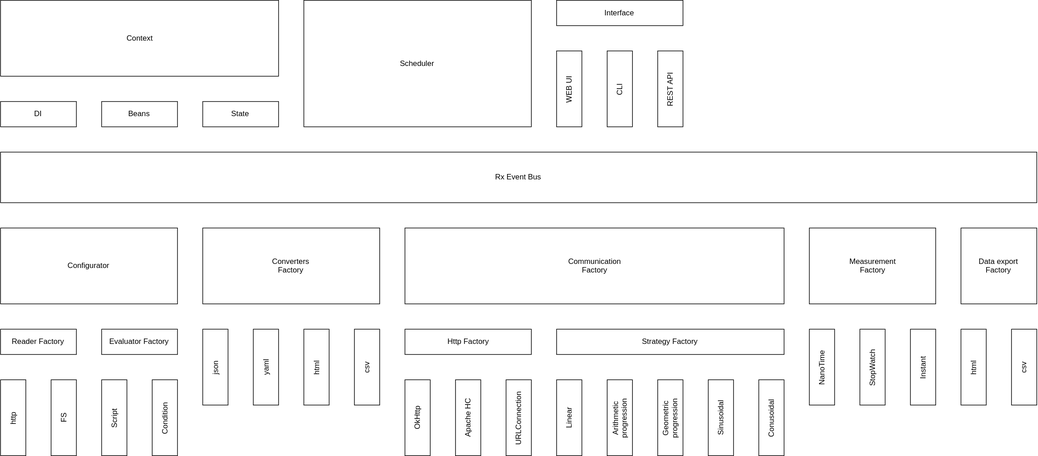
The draw.io diagram architecture.svg in gleb619/lt4j, before a commit. Source tidied: cells renumbered, new cells last; positions are measured from the earlier drawing's top-left corner, leaving out a move shared by most shapes.
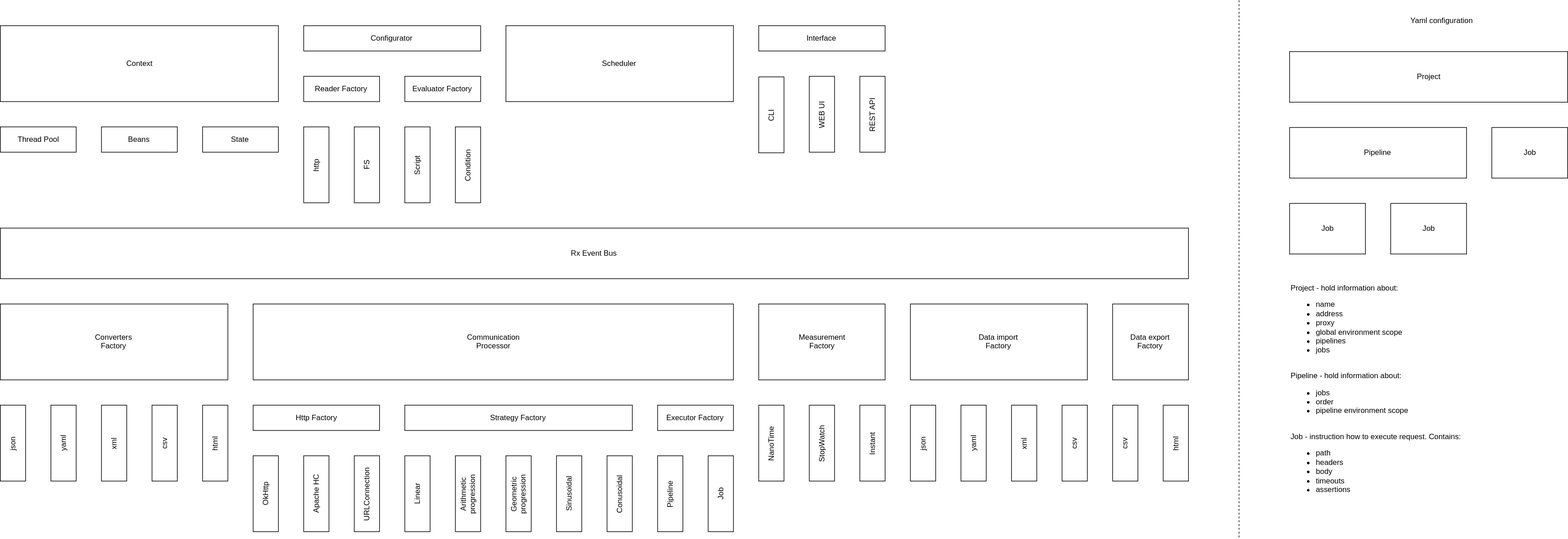
After the change.

What changed in the source:
```diff
@@ -6,45 +6,45 @@
       <mxGeometry x="40" width="440" height="120" as="geometry" />
     </mxCell>
     <mxCell id="3" value="Converters &lt;br&gt;Factory" style="rounded=0;whiteSpace=wrap;html=1;" parent="1" vertex="1">
-      <mxGeometry x="360" y="360" width="280" height="120" as="geometry" />
+      <mxGeometry x="40" y="440" width="360" height="120" as="geometry" />
     </mxCell>
     <mxCell id="4" value="json" style="rounded=0;whiteSpace=wrap;html=1;rotation=-90;" parent="1" vertex="1">
-      <mxGeometry x="320" y="560" width="120" height="40" as="geometry" />
+      <mxGeometry y="640" width="120" height="40" as="geometry" />
     </mxCell>
     <mxCell id="5" value="yaml" style="rounded=0;whiteSpace=wrap;html=1;rotation=-90;" parent="1" vertex="1">
-      <mxGeometry x="400" y="560" width="120" height="40" as="geometry" />
+      <mxGeometry x="80" y="640" width="120" height="40" as="geometry" />
     </mxCell>
-    <mxCell id="6" value="Communication&lt;br&gt;Factory" style="rounded=0;whiteSpace=wrap;html=1;" parent="1" vertex="1">
-      <mxGeometry x="680" y="360" width="600" height="120" as="geometry" />
+    <mxCell id="6" value="Communication&lt;br&gt;Processor" style="rounded=0;whiteSpace=wrap;html=1;" parent="1" vertex="1">
+      <mxGeometry x="440" y="440" width="760" height="120" as="geometry" />
     </mxCell>
     <mxCell id="7" value="Http Factory" style="rounded=0;whiteSpace=wrap;html=1;" parent="1" vertex="1">
-      <mxGeometry x="680" y="520" width="200" height="40" as="geometry" />
+      <mxGeometry x="440" y="600" width="200" height="40" as="geometry" />
     </mxCell>
     <mxCell id="8" value="OkHttp" style="rounded=0;whiteSpace=wrap;html=1;rotation=-90;" parent="1" vertex="1">
-      <mxGeometry x="640" y="640" width="120" height="40" as="geometry" />
+      <mxGeometry x="400" y="720" width="120" height="40" as="geometry" />
     </mxCell>
     <mxCell id="9" value="Apache HC" style="rounded=0;whiteSpace=wrap;html=1;rotation=-90;" parent="1" vertex="1">
-      <mxGeometry x="720" y="640" width="120" height="40" as="geometry" />
+      <mxGeometry x="480" y="720" width="120" height="40" as="geometry" />
     </mxCell>
     <mxCell id="10" value="URLConnection" style="rounded=0;whiteSpace=wrap;html=1;rotation=-90;" parent="1" vertex="1">
-      <mxGeometry x="800" y="640" width="120" height="40" as="geometry" />
+      <mxGeometry x="560" y="720" width="120" height="40" as="geometry" />
     </mxCell>
     <mxCell id="11" value="Rx Event Bus" style="rounded=0;whiteSpace=wrap;html=1;" parent="1" vertex="1">
-      <mxGeometry x="40" y="240" width="1640" height="80" as="geometry" />
+      <mxGeometry x="40" y="320" width="1880" height="80" as="geometry" />
     </mxCell>
     <mxCell id="12" value="Measurement&lt;br&gt;Factory" style="rounded=0;whiteSpace=wrap;html=1;" parent="1" vertex="1">
-      <mxGeometry x="1320" y="360" width="200" height="120" as="geometry" />
+      <mxGeometry x="1240" y="440" width="200" height="120" as="geometry" />
     </mxCell>
     <mxCell id="13" value="NanoTime" style="rounded=0;whiteSpace=wrap;html=1;rotation=-90;" parent="1" vertex="1">
-      <mxGeometry x="1280" y="560" width="120" height="40" as="geometry" />
+      <mxGeometry x="1200" y="640" width="120" height="40" as="geometry" />
     </mxCell>
     <mxCell id="14" value="StopWatch" style="rounded=0;whiteSpace=wrap;html=1;rotation=-90;" parent="1" vertex="1">
-      <mxGeometry x="1360" y="560" width="120" height="40" as="geometry" />
+      <mxGeometry x="1280" y="640" width="120" height="40" as="geometry" />
     </mxCell>
     <mxCell id="15" value="Instant" style="rounded=0;whiteSpace=wrap;html=1;rotation=-90;" parent="1" vertex="1">
-      <mxGeometry x="1440" y="560" width="120" height="40" as="geometry" />
+      <mxGeometry x="1360" y="640" width="120" height="40" as="geometry" />
     </mxCell>
-    <mxCell id="16" value="DI" style="rounded=0;whiteSpace=wrap;html=1;" parent="1" vertex="1">
+    <mxCell id="16" value="Thread Pool" style="rounded=0;whiteSpace=wrap;html=1;" parent="1" vertex="1">
       <mxGeometry x="40" y="160" width="120" height="40" as="geometry" />
     </mxCell>
     <mxCell id="17" value="Beans" style="rounded=0;whiteSpace=wrap;html=1;" parent="1" vertex="1">
@@ -54,73 +54,127 @@
       <mxGeometry x="360" y="160" width="120" height="40" as="geometry" />
     </mxCell>
     <mxCell id="19" value="Data export&lt;br&gt;Factory" style="rounded=0;whiteSpace=wrap;html=1;" parent="1" vertex="1">
-      <mxGeometry x="1560" y="360" width="120" height="120" as="geometry" />
+      <mxGeometry x="1800" y="440" width="120" height="120" as="geometry" />
     </mxCell>
     <mxCell id="20" value="html" style="rounded=0;whiteSpace=wrap;html=1;rotation=-90;" parent="1" vertex="1">
-      <mxGeometry x="1520" y="560" width="120" height="40" as="geometry" />
+      <mxGeometry x="1840" y="640" width="120" height="40" as="geometry" />
     </mxCell>
     <mxCell id="21" value="csv" style="rounded=0;whiteSpace=wrap;html=1;rotation=-90;" parent="1" vertex="1">
-      <mxGeometry x="1600" y="560" width="120" height="40" as="geometry" />
+      <mxGeometry x="1760" y="640" width="120" height="40" as="geometry" />
     </mxCell>
     <mxCell id="22" value="Scheduler" style="rounded=0;whiteSpace=wrap;html=1;" parent="1" vertex="1">
-      <mxGeometry x="520" width="360" height="200" as="geometry" />
+      <mxGeometry x="840" width="360" height="120" as="geometry" />
     </mxCell>
     <mxCell id="23" value="Configurator" style="rounded=0;whiteSpace=wrap;html=1;" parent="1" vertex="1">
-      <mxGeometry x="40" y="360" width="280" height="120" as="geometry" />
+      <mxGeometry x="520" width="280" height="40" as="geometry" />
     </mxCell>
     <mxCell id="24" value="Reader Factory" style="rounded=0;whiteSpace=wrap;html=1;rotation=0;" parent="1" vertex="1">
-      <mxGeometry x="40" y="520" width="120" height="40" as="geometry" />
+      <mxGeometry x="520" y="80" width="120" height="40" as="geometry" />
     </mxCell>
     <mxCell id="25" value="Evaluator Factory" style="rounded=0;whiteSpace=wrap;html=1;rotation=0;" parent="1" vertex="1">
-      <mxGeometry x="200" y="520" width="120" height="40" as="geometry" />
+      <mxGeometry x="680" y="80" width="120" height="40" as="geometry" />
     </mxCell>
     <mxCell id="26" value="http" style="rounded=0;whiteSpace=wrap;html=1;rotation=-90;" parent="1" vertex="1">
-      <mxGeometry y="640" width="120" height="40" as="geometry" />
+      <mxGeometry x="480" y="200" width="120" height="40" as="geometry" />
     </mxCell>
     <mxCell id="27" value="FS" style="rounded=0;whiteSpace=wrap;html=1;rotation=-90;" parent="1" vertex="1">
-      <mxGeometry x="80" y="640" width="120" height="40" as="geometry" />
+      <mxGeometry x="560" y="200" width="120" height="40" as="geometry" />
     </mxCell>
     <mxCell id="28" value="Script" style="rounded=0;whiteSpace=wrap;html=1;rotation=-90;" parent="1" vertex="1">
-      <mxGeometry x="160" y="640" width="120" height="40" as="geometry" />
+      <mxGeometry x="640" y="200" width="120" height="40" as="geometry" />
     </mxCell>
     <mxCell id="29" value="Condition" style="rounded=0;whiteSpace=wrap;html=1;rotation=-90;" parent="1" vertex="1">
-      <mxGeometry x="240" y="640" width="120" height="40" as="geometry" />
+      <mxGeometry x="720" y="200" width="120" height="40" as="geometry" />
     </mxCell>
     <mxCell id="30" value="html" style="rounded=0;whiteSpace=wrap;html=1;rotation=-90;" parent="1" vertex="1">
-      <mxGeometry x="480" y="560" width="120" height="40" as="geometry" />
+      <mxGeometry x="320" y="640" width="120" height="40" as="geometry" />
     </mxCell>
     <mxCell id="31" value="csv" style="rounded=0;whiteSpace=wrap;html=1;rotation=-90;" parent="1" vertex="1">
-      <mxGeometry x="560" y="560" width="120" height="40" as="geometry" />
+      <mxGeometry x="240" y="640" width="120" height="40" as="geometry" />
     </mxCell>
     <mxCell id="32" value="Interface" style="rounded=0;whiteSpace=wrap;html=1;" parent="1" vertex="1">
-      <mxGeometry x="920" width="200" height="40" as="geometry" />
+      <mxGeometry x="1240" width="200" height="40" as="geometry" />
     </mxCell>
     <mxCell id="33" value="WEB UI" style="rounded=0;whiteSpace=wrap;html=1;rotation=-90;" parent="1" vertex="1">
-      <mxGeometry x="880" y="120" width="120" height="40" as="geometry" />
+      <mxGeometry x="1280" y="120" width="120" height="40" as="geometry" />
     </mxCell>
     <mxCell id="34" value="CLI" style="rounded=0;whiteSpace=wrap;html=1;rotation=-90;" parent="1" vertex="1">
-      <mxGeometry x="960" y="120" width="120" height="40" as="geometry" />
+      <mxGeometry x="1200" y="121" width="120" height="40" as="geometry" />
     </mxCell>
     <mxCell id="35" value="REST API" style="rounded=0;whiteSpace=wrap;html=1;rotation=-90;" parent="1" vertex="1">
-      <mxGeometry x="1040" y="120" width="120" height="40" as="geometry" />
+      <mxGeometry x="1360" y="120" width="120" height="40" as="geometry" />
     </mxCell>
     <mxCell id="36" value="Strategy Factory" style="rounded=0;whiteSpace=wrap;html=1;" parent="1" vertex="1">
-      <mxGeometry x="920" y="520" width="360" height="40" as="geometry" />
+      <mxGeometry x="680" y="600" width="360" height="40" as="geometry" />
     </mxCell>
     <mxCell id="37" value="Linear" style="rounded=0;whiteSpace=wrap;html=1;rotation=-90;" parent="1" vertex="1">
-      <mxGeometry x="880" y="640" width="120" height="40" as="geometry" />
+      <mxGeometry x="640" y="720" width="120" height="40" as="geometry" />
     </mxCell>
     <mxCell id="38" value="Arithmetic progression" style="rounded=0;whiteSpace=wrap;html=1;rotation=-90;" parent="1" vertex="1">
-      <mxGeometry x="960" y="640" width="120" height="40" as="geometry" />
+      <mxGeometry x="720" y="720" width="120" height="40" as="geometry" />
     </mxCell>
     <mxCell id="39" value="Geometric progression" style="rounded=0;whiteSpace=wrap;html=1;rotation=-90;" parent="1" vertex="1">
-      <mxGeometry x="1040" y="640" width="120" height="40" as="geometry" />
+      <mxGeometry x="800" y="720" width="120" height="40" as="geometry" />
     </mxCell>
     <mxCell id="40" value="Sinusoidal" style="rounded=0;whiteSpace=wrap;html=1;rotation=-90;" parent="1" vertex="1">
-      <mxGeometry x="1120" y="640" width="120" height="40" as="geometry" />
+      <mxGeometry x="880" y="720" width="120" height="40" as="geometry" />
     </mxCell>
     <mxCell id="41" value="Conusoidal" style="rounded=0;whiteSpace=wrap;html=1;rotation=-90;" parent="1" vertex="1">
-      <mxGeometry x="1200" y="640" width="120" height="40" as="geometry" />
+      <mxGeometry x="960" y="720" width="120" height="40" as="geometry" />
     </mxCell>
+    <mxCell id="42" style="endArrow=none;dashed=1;html=1;" parent="1" edge="1">
+      <mxGeometry relative="1" as="geometry">
+        <mxPoint x="2000" y="809" as="sourcePoint" />
+        <mxPoint x="2000" y="-40" as="targetPoint" />
+      </mxGeometry>
+    </mxCell>
+    <mxCell id="43" value="Project" style="rounded=0;whiteSpace=wrap;html=1;" parent="1" vertex="1">
+      <mxGeometry x="2080" y="41" width="440" height="80" as="geometry" />
+    </mxCell>
+    <mxCell id="44" value="Pipeline" style="rounded=0;whiteSpace=wrap;html=1;" parent="1" vertex="1">
+      <mxGeometry x="2080" y="161" width="280" height="80" as="geometry" />
+    </mxCell>
+    <mxCell id="45" value="Job" style="rounded=0;whiteSpace=wrap;html=1;" parent="1" vertex="1">
+      <mxGeometry x="2080" y="281" width="120" height="80" as="geometry" />
+    </mxCell>
+    <mxCell id="46" value="Job" style="rounded=0;whiteSpace=wrap;html=1;" parent="1" vertex="1">
+      <mxGeometry x="2400" y="161" width="120" height="80" as="geometry" />
+    </mxCell>
+    <mxCell id="47" value="Yaml configuration" style="text;html=1;strokeColor=none;fillColor=none;align=center;verticalAlign=middle;whiteSpace=wrap;rounded=0;" parent="1" vertex="1">
+      <mxGeometry x="2200" y="-19" width="240" height="20" as="geometry" />
+    </mxCell>
+    <mxCell id="48" value="Job" style="rounded=0;whiteSpace=wrap;html=1;" parent="1" vertex="1">
+      <mxGeometry x="2240" y="281" width="120" height="80" as="geometry" />
+    </mxCell>
+    <mxCell id="49" value="Project - hold information about:&lt;br&gt;&lt;ul&gt;&lt;li&gt;name&lt;br&gt;&lt;/li&gt;&lt;li&gt;address&lt;br&gt;&lt;/li&gt;&lt;li&gt;proxy&lt;br&gt;&lt;/li&gt;&lt;li&gt;global environment scope&lt;br&gt;&lt;/li&gt;&lt;li&gt;pipelines&lt;br&gt;&lt;/li&gt;&lt;li&gt;jobs&lt;br&gt;&lt;/li&gt;&lt;/ul&gt;&lt;br&gt;Pipeline - hold information about:&lt;br&gt;&lt;ul&gt;&lt;li&gt;jobs&lt;br&gt;&lt;/li&gt;&lt;li&gt;order&lt;br&gt;&lt;/li&gt;&lt;li&gt;pipeline environment scope&lt;br&gt;&lt;/li&gt;&lt;/ul&gt;&lt;br&gt;Job - instruction how to execute request. Contains:&lt;br&gt;&lt;ul&gt;&lt;li&gt;path&lt;br&gt;&lt;/li&gt;&lt;li&gt;headers&lt;br&gt;&lt;/li&gt;&lt;li&gt;body&lt;br&gt;&lt;/li&gt;&lt;li&gt;timeouts&lt;br&gt;&lt;/li&gt;&lt;li&gt;assertions&lt;br&gt;&lt;/li&gt;&lt;/ul&gt;" style="text;html=1;strokeColor=none;fillColor=none;align=left;verticalAlign=top;whiteSpace=wrap;rounded=0;" parent="1" vertex="1">
+      <mxGeometry x="2080" y="401" width="320" height="360" as="geometry" />
+    </mxCell>
+    <mxCell id="50" value="Data import&lt;br&gt;Factory" style="rounded=0;whiteSpace=wrap;html=1;" parent="1" vertex="1">
+      <mxGeometry x="1480" y="440" width="280" height="120" as="geometry" />
+    </mxCell>
+    <mxCell id="51" value="csv" style="rounded=0;whiteSpace=wrap;html=1;rotation=-90;" parent="1" vertex="1">
+      <mxGeometry x="1680" y="640" width="120" height="40" as="geometry" />
+    </mxCell>
+    <mxCell id="52" value="json" style="rounded=0;whiteSpace=wrap;html=1;rotation=-90;" parent="1" vertex="1">
+      <mxGeometry x="1440" y="640" width="120" height="40" as="geometry" />
+    </mxCell>
+    <mxCell id="53" value="xml" style="rounded=0;whiteSpace=wrap;html=1;rotation=-90;" parent="1" vertex="1">
+      <mxGeometry x="1600" y="640" width="120" height="40" as="geometry" />
+    </mxCell>
+    <mxCell id="54" value="yaml" style="rounded=0;whiteSpace=wrap;html=1;rotation=-90;" parent="1" vertex="1">
+      <mxGeometry x="1520" y="640" width="120" height="40" as="geometry" />
+    </mxCell>
+    <mxCell id="55" value="xml" style="rounded=0;whiteSpace=wrap;html=1;rotation=-90;" parent="1" vertex="1">
+      <mxGeometry x="160" y="640" width="120" height="40" as="geometry" />
+    </mxCell>
+    <mxCell id="56" value="Executor Factory" style="rounded=0;whiteSpace=wrap;html=1;" parent="1" vertex="1">
+      <mxGeometry x="1080" y="600" width="120" height="40" as="geometry" />
+    </mxCell>
+    <mxCell id="57" value="Pipeline" style="rounded=0;whiteSpace=wrap;html=1;rotation=-90;" parent="1" vertex="1">
+      <mxGeometry x="1040" y="720" width="120" height="40" as="geometry" />
+    </mxCell>
+    <mxCell id="58" value="Job" style="rounded=0;whiteSpace=wrap;html=1;rotation=-90;" parent="1" vertex="1">
+      <mxGeometry x="1120" y="720" width="120" height="40" as="geometry" />
+    </mxCell>
   </root>
 </mxGraphModel>
```
